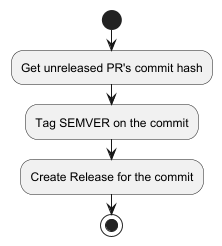
This is docs/plantuml/create_release_flow.png from zolkiss/project-git-release-core, a PlantUML export, as it was before one commit.
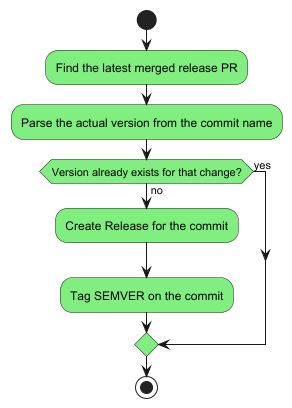
The same file after the commit.

Commit message:
feat(release-action): Add release action (#4)

Change to the diagram source:
```diff
@@ -1,7 +1,16 @@
 @startuml
+<style>
+    .finished {
+        BackgroundColor: #80EF80
+    }
+</style>
 start
-:Get unreleased PR's commit hash;
-:Tag SEMVER on the commit;
-:Create Release for the commit;
+:Find the latest merged release PR; <<finished>>
+:Parse the actual version from the commit name; <<finished>>
+if(Version already exists for that change?) then (no) <<finished>>
+    :Create Release for the commit; <<finished>>
+    :Tag SEMVER on the commit; <<finished>>
+else (yes)
+endif
 stop
 @enduml
```
